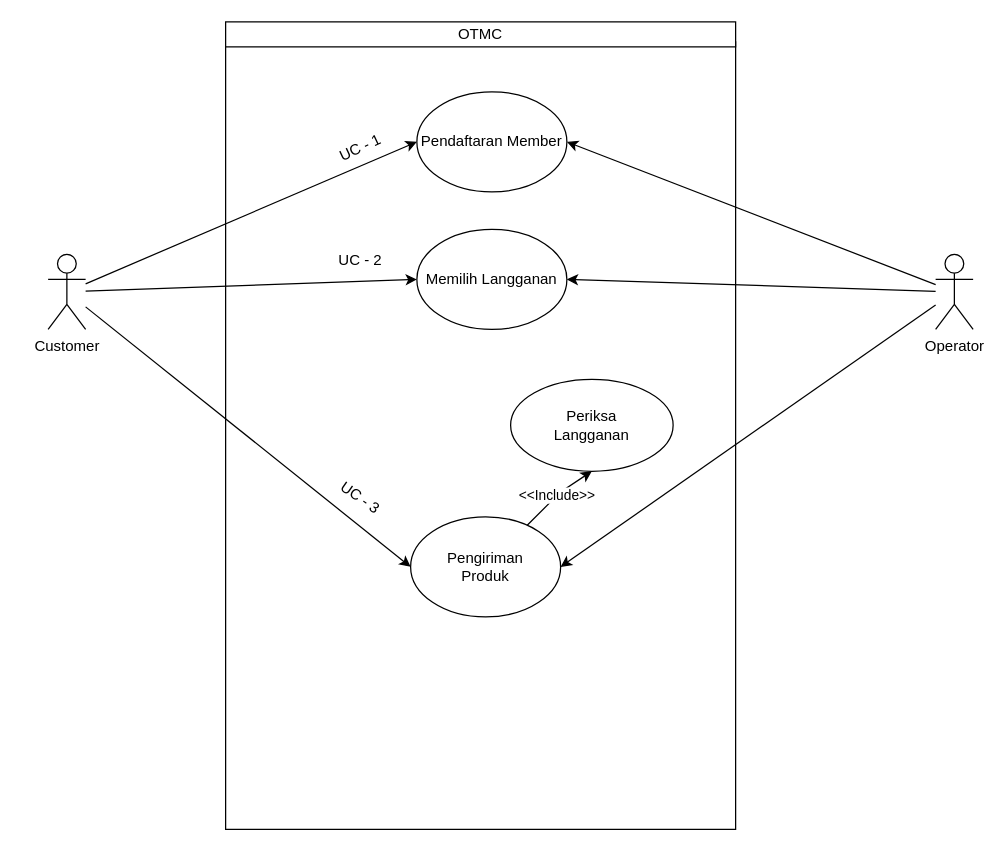
Before: page "Use_Case" (1 of 3) of UAS.drawio in Aryanda04/File-common, a draw.io diagram. Source tidied: cells renumbered, new cells numbered last; positions are measured from the earlier drawing's top-left corner, leaving out a move shared by most shapes. Both pictures are drawn from the tidied source at 125%, with x=0, y=0 at pixel (48, 21).
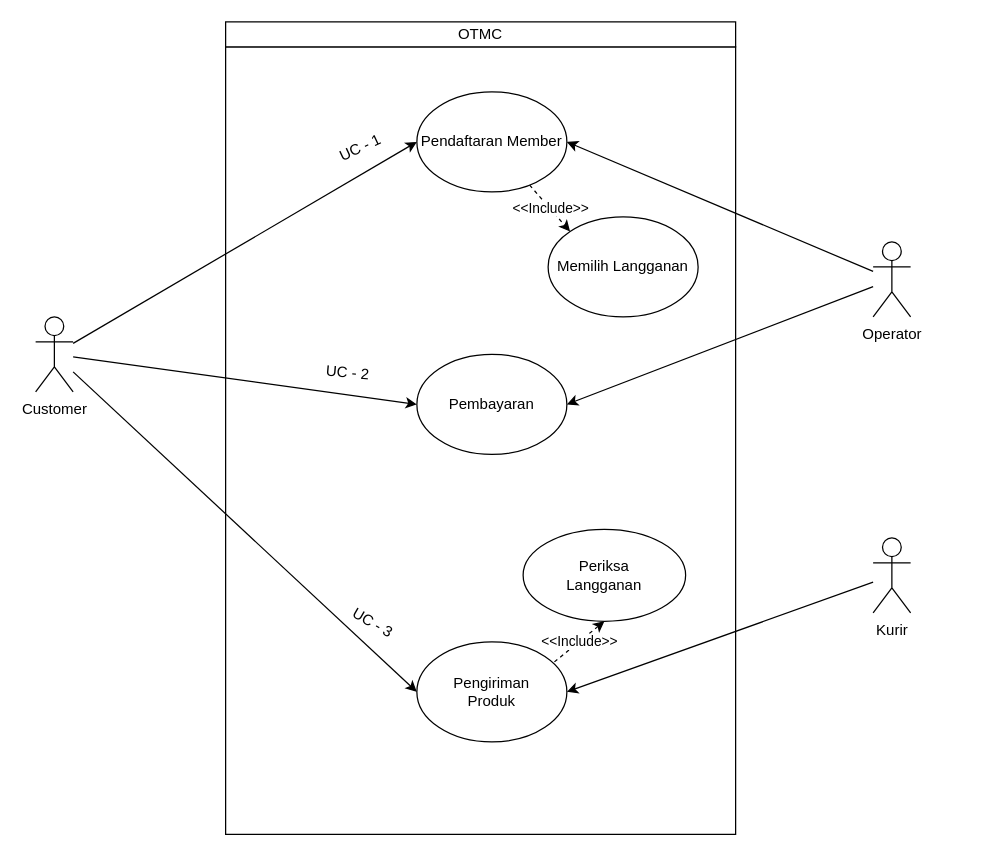
The same page after the edit.

The change refers to these unchanged cells:
```xml
<mxCell id="11" value="&lt;div&gt;Pendaftaran Member&lt;/div&gt;" style="ellipse;whiteSpace=wrap;html=1;" parent="1" vertex="1">
  <mxGeometry x="295" y="56" width="120" height="80" as="geometry" />
</mxCell>
```

Change to the diagram source:
```diff
@@
     <mxCell id="2" style="rounded=0;whiteSpace=wrap;html=1;" parent="1" vertex="1">
-      <mxGeometry x="142" y="16" width="408" height="630" as="geometry" />
+      <mxGeometry x="142" y="20" width="408" height="630" as="geometry" />
     </mxCell>
@@
-    <mxCell id="4" style="rounded=0;jettySize=auto;html=1;entryX=0;entryY=0.5;entryDx=0;entryDy=0;" parent="1" edge="1" source="6" target="12">
-      <mxGeometry relative="1" as="geometry" />
-    </mxCell>
@@
+    <mxCell id="20" style="edgeStyle=none;rounded=0;jettySize=auto;html=1;entryX=0;entryY=0.5;entryDx=0;entryDy=0;" parent="1" edge="1" source="6" target="25">
+      <mxGeometry relative="1" as="geometry" />
+    </mxCell>
     <mxCell id="6" value="Customer" style="shape=umlActor;verticalLabelPosition=bottom;verticalAlign=top;html=1;outlineConnect=0;" parent="1" vertex="1">
-      <mxGeometry y="186" width="30" height="60" as="geometry" />
+      <mxGeometry x="-10" y="236" width="30" height="60" as="geometry" />
     </mxCell>
-    <mxCell id="7" style="rounded=0;jettySize=auto;html=1;entryX=1;entryY=0.5;entryDx=0;entryDy=0;" parent="1" edge="1" source="10" target="14">
-      <mxGeometry relative="1" as="geometry" />
-    </mxCell>
-    <mxCell id="8" style="edgeStyle=none;rounded=0;jettySize=auto;html=1;entryX=1;entryY=0.5;entryDx=0;entryDy=0;endArrow=classic;endFill=1;" parent="1" edge="1" source="10" target="12">
-      <mxGeometry relative="1" as="geometry" />
-    </mxCell>
@@
+    <mxCell id="21" style="edgeStyle=none;rounded=0;jettySize=auto;html=1;entryX=1;entryY=0.5;entryDx=0;entryDy=0;" parent="1" edge="1" source="10" target="25">
+      <mxGeometry relative="1" as="geometry" />
+    </mxCell>
     <mxCell id="10" value="Operator" style="shape=umlActor;verticalLabelPosition=bottom;verticalAlign=top;html=1;outlineConnect=0;" parent="1" vertex="1">
-      <mxGeometry x="710" y="186" width="30" height="60" as="geometry" />
+      <mxGeometry x="660" y="176" width="30" height="60" as="geometry" />
     </mxCell>
+    <mxCell id="22" value="&amp;lt;&amp;lt;Include&amp;gt;&amp;gt;" style="edgeStyle=none;rounded=0;jettySize=auto;html=1;entryX=0;entryY=0;entryDx=0;entryDy=0;dashed=1;" parent="1" edge="1" source="11" target="12">
+      <mxGeometry relative="1" as="geometry" />
+    </mxCell>
@@
     <mxCell id="12" value="&lt;div&gt;Memilih Langganan&lt;/div&gt;" style="ellipse;whiteSpace=wrap;html=1;" parent="1" vertex="1">
-      <mxGeometry x="295" y="166" width="120" height="80" as="geometry" />
+      <mxGeometry x="400" y="156" width="120" height="80" as="geometry" />
     </mxCell>
-    <mxCell id="13" value="&amp;lt;&amp;lt;Include&amp;gt;&amp;gt;" style="rounded=0;jettySize=auto;html=1;entryX=0.5;entryY=1;entryDx=0;entryDy=0;" parent="1" edge="1" source="14" target="16">
-      <mxGeometry relative="1" as="geometry">
-        <Array as="points">
-          <mxPoint x="410" y="376" />
-        </Array>
-      </mxGeometry>
+    <mxCell id="13" value="&amp;lt;&amp;lt;Include&amp;gt;&amp;gt;" style="rounded=0;jettySize=auto;html=1;entryX=0.5;entryY=1;entryDx=0;entryDy=0;startArrow=none;exitX=0.917;exitY=0.2;exitDx=0;exitDy=0;exitPerimeter=0;dashed=1;" parent="1" edge="1" source="14" target="16">
+      <mxGeometry relative="1" as="geometry" />
     </mxCell>
     <mxCell id="14" value="Pengiriman&lt;div&gt;Produk&lt;/div&gt;" style="ellipse;whiteSpace=wrap;html=1;" parent="1" vertex="1">
-      <mxGeometry x="290" y="396" width="120" height="80" as="geometry" />
+      <mxGeometry x="295" y="496" width="120" height="80" as="geometry" />
     </mxCell>
@@
     <mxCell id="16" value="&lt;div&gt;Periksa&lt;/div&gt;&lt;div&gt;Langganan&lt;br&gt;&lt;/div&gt;" style="ellipse;whiteSpace=wrap;html=1;" parent="1" vertex="1">
-      <mxGeometry x="370" y="286" width="130" height="73.5" as="geometry" />
+      <mxGeometry x="380" y="406" width="130" height="73.5" as="geometry" />
     </mxCell>
@@
-    <mxCell id="18" value="UC - 2" style="text;html=1;strokeColor=none;fillColor=none;align=center;verticalAlign=middle;whiteSpace=wrap;rounded=0;rotation=0;" parent="1" vertex="1">
-      <mxGeometry x="220" y="176" width="60" height="30" as="geometry" />
-    </mxCell>
-    <mxCell id="19" value="UC - 3" style="text;html=1;strokeColor=none;fillColor=none;align=center;verticalAlign=middle;whiteSpace=wrap;rounded=0;rotation=35;" parent="1" vertex="1">
-      <mxGeometry x="220" y="366" width="60" height="30" as="geometry" />
+    <mxCell id="19" value="UC - 2" style="text;html=1;strokeColor=none;fillColor=none;align=center;verticalAlign=middle;whiteSpace=wrap;rounded=0;rotation=5;" parent="1" vertex="1">
+      <mxGeometry x="210" y="266" width="60" height="30" as="geometry" />
     </mxCell>
+    <mxCell id="23" style="edgeStyle=none;rounded=0;jettySize=auto;html=1;entryX=1;entryY=0.5;entryDx=0;entryDy=0;" parent="1" edge="1" source="24" target="14">
+      <mxGeometry relative="1" as="geometry" />
+    </mxCell>
+    <mxCell id="24" value="Kurir" style="shape=umlActor;verticalLabelPosition=bottom;verticalAlign=top;html=1;outlineConnect=0;" parent="1" vertex="1">
+      <mxGeometry x="660" y="412.8" width="30" height="60" as="geometry" />
+    </mxCell>
+    <mxCell id="25" value="Pembayaran" style="ellipse;whiteSpace=wrap;html=1;" parent="1" vertex="1">
+      <mxGeometry x="295" y="266" width="120" height="80" as="geometry" />
+    </mxCell>
+    <mxCell id="26" value="UC - 3" style="text;html=1;strokeColor=none;fillColor=none;align=center;verticalAlign=middle;whiteSpace=wrap;rounded=0;rotation=30;" parent="1" vertex="1">
+      <mxGeometry x="230" y="466" width="60" height="30" as="geometry" />
+    </mxCell>
```
